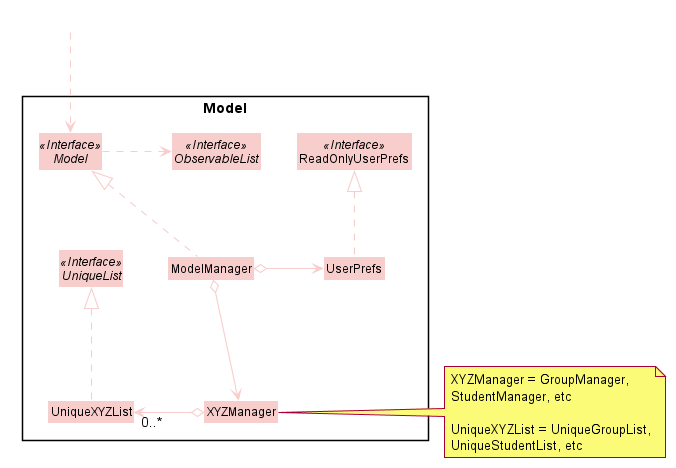
The PlantUML diagram docs/images/developerGuide/ModelClassDiagram.png in xinyee20/tp, before a commit.
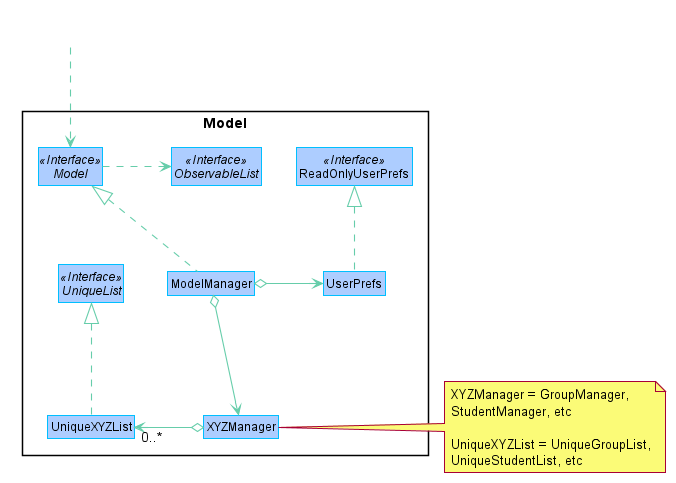
The same diagram one commit later.

Diff of the diagram source:
```diff
@@ -53,12 +53,20 @@
 hide footbox
 hide members
 hide circle
-skinparam arrowThickness 1.1
-skinparam arrowColor #F7CECC
-skinparam classBackgroundColor #F7CECC
+skinparam {
+arrowThickness 1.1
+arrowColor MediumAquaMarine
+classBackgroundColor #adcdff
+classBorderColor DeepSkyBlue
+classBackgroundColor<<HiddenOutside>> #FFFFFF
+classBorderColor<<HiddenOutside>> #FFFFFF
+classFontColor<<HiddenOutside>> #FFFFFF
+classStereotypeFontColor<<HiddenOutside>> #FFFFFF
+}
+
+Class hideOutside <<HiddenOutside>>
 
 Package Model <<Rectangle>>{
-
 Interface ObservableList <<Interface>>
 Interface Model <<Interface>>
 Class ReadOnlyUserPrefs <<Interface>>
@@ -67,12 +75,10 @@
 Class UserPrefs
 Class UniqueXYZList
 Class XYZManager
-
 }
 
-Class " " #FFFFFF
 Model .left.> ObservableList : \t
-" " ..> Model :\t
+hideOutside ..> Model :\t
 ModelManager o-down-> XYZManager : \t
 ModelManager o-right-> UserPrefs : \t
 XYZManager o-left->"0..*"UniqueXYZList :\t
```
